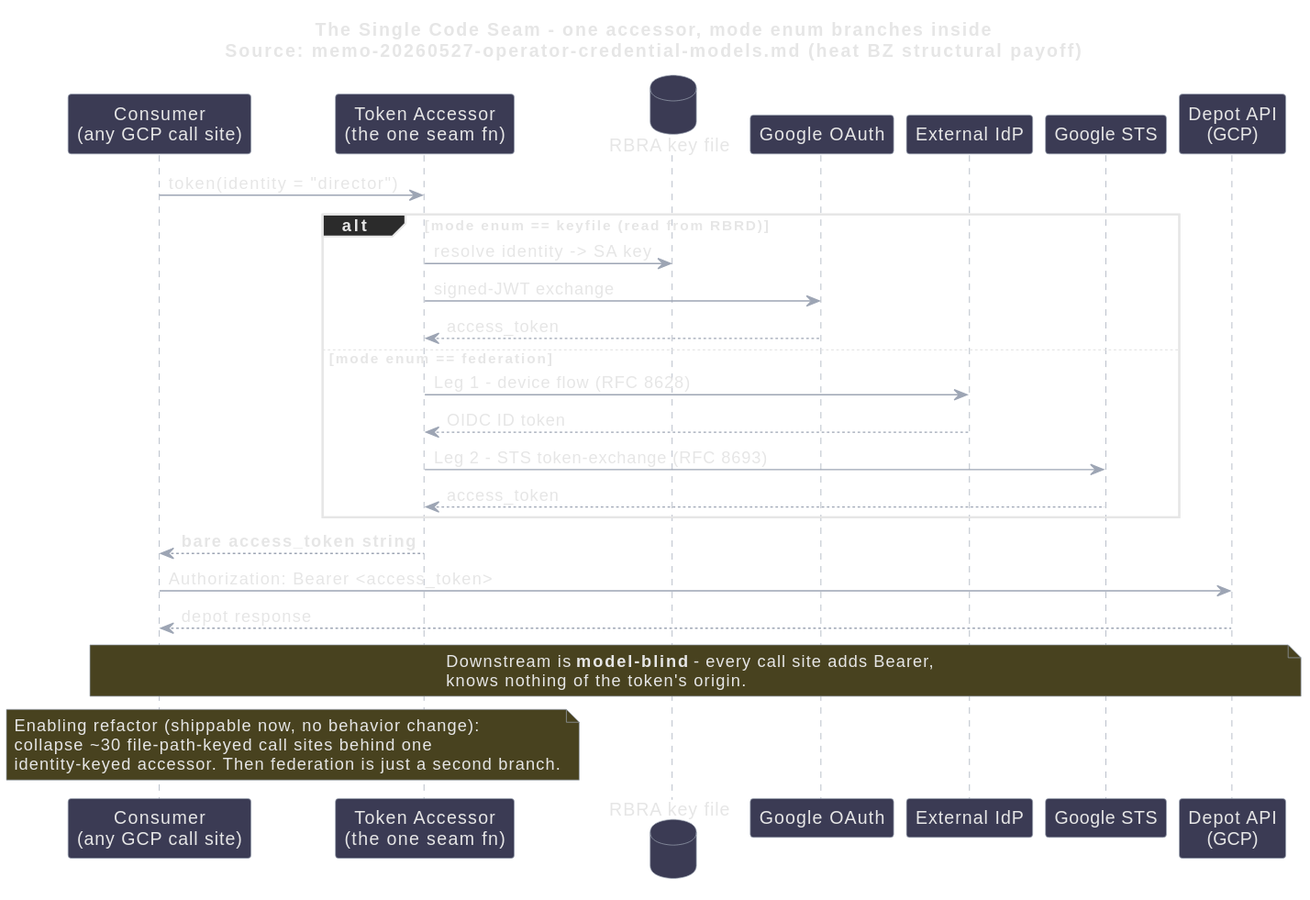
The PlantUML diagram diagrams/rbdgm_federation-seam-dark.svg in bhyslop/recipemuster, before a commit. Its diagram source:
```plantuml
@startuml
title The Single Code Seam - one accessor, mode enum branches inside\nSource: memo-20260527-operator-credential-models.md (heat BZ structural payoff)

participant "Consumer\n(any GCP call site)" as CONS
participant "Token Accessor\n(the one seam fn)" as ACC
database "RBRA key file" as RBRA
participant "Google OAuth" as GOOG
participant "External IdP" as IDP
participant "Google STS" as STS
participant "Depot API\n(GCP)" as GCP

CONS -> ACC : token(identity = "director")

alt mode enum == keyfile  (read from RBRD)
  ACC -> RBRA : resolve identity -> SA key
  ACC -> GOOG : signed-JWT exchange
  GOOG --> ACC : access_token
else mode enum == federation
  ACC -> IDP : Leg 1 - device flow (RFC 8628)
  IDP --> ACC : OIDC ID token
  ACC -> STS : Leg 2 - STS token-exchange (RFC 8693)
  STS --> ACC : access_token
end

ACC --> CONS : **bare access_token string**

CONS -> GCP : Authorization: Bearer <access_token>
GCP --> CONS : depot response

note over CONS, GCP : Downstream is **model-blind** - every call site adds Bearer,\nknows nothing of the token's origin.
note over CONS, ACC : Enabling refactor (shippable now, no behavior change):\ncollapse ~30 file-path-keyed call sites behind one\nidentity-keyed accessor. Then federation is just a second branch.
@enduml
```
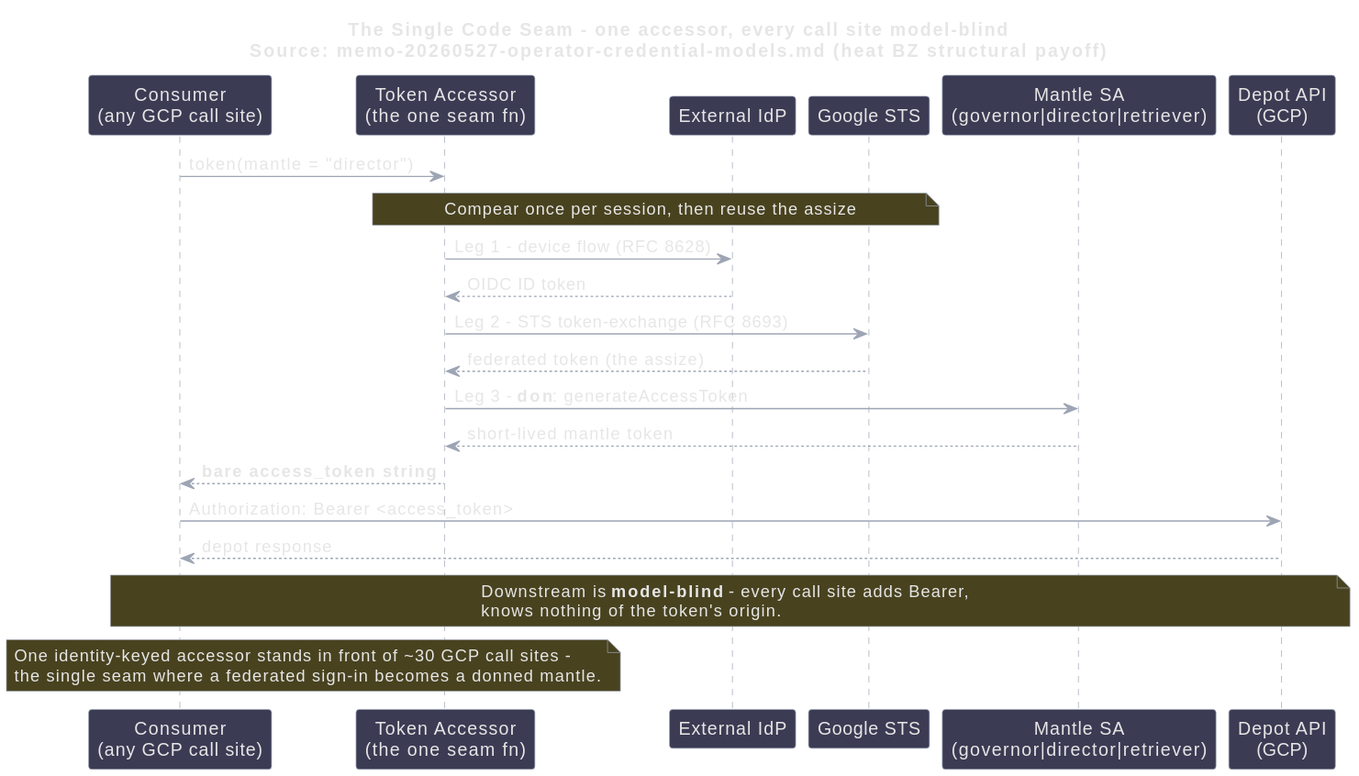
After the change.

Change to the diagram source:
```diff
@@ -1,26 +1,23 @@
 @startuml
-title The Single Code Seam - one accessor, mode enum branches inside\nSource: memo-20260527-operator-credential-models.md (heat BZ structural payoff)
+title The Single Code Seam - one accessor, every call site model-blind\nSource: memo-20260527-operator-credential-models.md (heat BZ structural payoff)
 
 participant "Consumer\n(any GCP call site)" as CONS
 participant "Token Accessor\n(the one seam fn)" as ACC
-database "RBRA key file" as RBRA
-participant "Google OAuth" as GOOG
 participant "External IdP" as IDP
 participant "Google STS" as STS
+participant "Mantle SA\n(governor|director|retriever)" as SA
 participant "Depot API\n(GCP)" as GCP
 
-CONS -> ACC : token(identity = "director")
+CONS -> ACC : token(mantle = "director")
 
-alt mode enum == keyfile  (read from RBRD)
-  ACC -> RBRA : resolve identity -> SA key
-  ACC -> GOOG : signed-JWT exchange
-  GOOG --> ACC : access_token
-else mode enum == federation
-  ACC -> IDP : Leg 1 - device flow (RFC 8628)
-  IDP --> ACC : OIDC ID token
-  ACC -> STS : Leg 2 - STS token-exchange (RFC 8693)
-  STS --> ACC : access_token
-end
+note over ACC, STS : Compear once per session, then reuse the assize
+ACC -> IDP : Leg 1 - device flow (RFC 8628)
+IDP --> ACC : OIDC ID token
+ACC -> STS : Leg 2 - STS token-exchange (RFC 8693)
+STS --> ACC : federated token (the assize)
+
+ACC -> SA : Leg 3 - **don**: generateAccessToken
+SA --> ACC : short-lived mantle token
 
 ACC --> CONS : **bare access_token string**
 
@@ -28,5 +25,5 @@
 GCP --> CONS : depot response
 
 note over CONS, GCP : Downstream is **model-blind** - every call site adds Bearer,\nknows nothing of the token's origin.
-note over CONS, ACC : Enabling refactor (shippable now, no behavior change):\ncollapse ~30 file-path-keyed call sites behind one\nidentity-keyed accessor. Then federation is just a second branch.
+note over CONS, ACC : One identity-keyed accessor stands in front of ~30 GCP call sites -\nthe single seam where a federated sign-in becomes a donned mantle.
 @enduml
```
